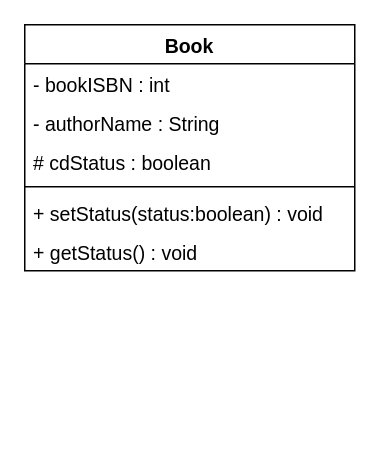
This is E2ClassDiagram.drawio from yunee01/W2, a draw.io file, before an edit. Source tidied: cells renumbered, new cells numbered last; positions are measured from the earlier drawing's top-left corner, leaving out a move shared by most shapes. Both pictures are drawn from the tidied source at 150%, with x=0, y=0 at pixel (24, 24).
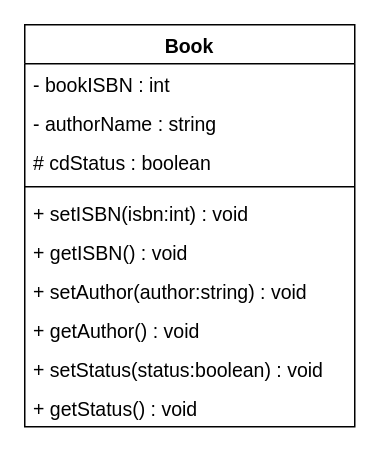
The same diagram, later.

Diff of the diagram source:
```diff
@@
 <mxGraphModel>
   <root>
     <mxCell id="0" />
     <mxCell id="1" parent="0" />
     <mxCell id="2" value="Book" style="swimlane;fontStyle=1;align=center;verticalAlign=top;horizontal=1;startSize=26;fontSize=13;" parent="1" vertex="1">
-      <mxGeometry width="220" height="164" as="geometry" />
+      <mxGeometry width="220" height="268" as="geometry" />
     </mxCell>
     <mxCell id="3" value="- bookISBN : int" style="text;strokeColor=none;fillColor=none;align=left;verticalAlign=top;spacingLeft=4;spacingRight=4;overflow=hidden;fontSize=13;" parent="2" vertex="1">
       <mxGeometry y="26" width="220" height="26" as="geometry" />
     </mxCell>
-    <mxCell id="4" value="- authorName : String" style="text;strokeColor=none;fillColor=none;align=left;verticalAlign=top;spacingLeft=4;spacingRight=4;overflow=hidden;fontSize=13;" parent="2" vertex="1">
+    <mxCell id="4" value="- authorName : string" style="text;strokeColor=none;fillColor=none;align=left;verticalAlign=top;spacingLeft=4;spacingRight=4;overflow=hidden;fontSize=13;" parent="2" vertex="1">
       <mxGeometry y="52" width="220" height="26" as="geometry" />
     </mxCell>
     <mxCell id="5" value="# cdStatus : boolean" style="text;strokeColor=none;fillColor=none;align=left;verticalAlign=top;spacingLeft=4;spacingRight=4;overflow=hidden;fontSize=13;" parent="2" vertex="1">
       <mxGeometry y="78" width="220" height="26" as="geometry" />
     </mxCell>
     <mxCell id="6" style="line;strokeWidth=1;fillColor=none;align=left;verticalAlign=middle;spacingTop=-1;spacingLeft=3;spacingRight=3;labelPosition=right;fontSize=13;" parent="2" vertex="1">
       <mxGeometry y="104" width="220" height="8" as="geometry" />
     </mxCell>
-    <mxCell id="7" value="+ setStatus(status:boolean) : void" style="text;strokeColor=none;fillColor=none;align=left;verticalAlign=top;spacingLeft=4;spacingRight=4;overflow=hidden;fontSize=13;" parent="2" vertex="1">
+    <mxCell id="7" value="+ setISBN(isbn:int) : void" style="text;strokeColor=none;fillColor=none;align=left;verticalAlign=top;spacingLeft=4;spacingRight=4;overflow=hidden;fontSize=13;" parent="2" vertex="1">
       <mxGeometry y="112" width="220" height="26" as="geometry" />
     </mxCell>
-    <mxCell id="8" value="+ getStatus() : void" style="text;strokeColor=none;fillColor=none;align=left;verticalAlign=top;spacingLeft=4;spacingRight=4;overflow=hidden;fontSize=13;" parent="2" vertex="1">
+    <mxCell id="8" value="+ getISBN() : void" style="text;strokeColor=none;fillColor=none;align=left;verticalAlign=top;spacingLeft=4;spacingRight=4;overflow=hidden;fontSize=13;" parent="2" vertex="1">
       <mxGeometry y="138" width="220" height="26" as="geometry" />
     </mxCell>
+    <mxCell id="9" value="+ setAuthor(author:string) : void" style="text;strokeColor=none;fillColor=none;align=left;verticalAlign=top;spacingLeft=4;spacingRight=4;overflow=hidden;fontSize=13;" parent="2" vertex="1">
+      <mxGeometry y="164" width="220" height="26" as="geometry" />
+    </mxCell>
+    <mxCell id="10" value="+ getAuthor() : void" style="text;strokeColor=none;fillColor=none;align=left;verticalAlign=top;spacingLeft=4;spacingRight=4;overflow=hidden;fontSize=13;" parent="2" vertex="1">
+      <mxGeometry y="190" width="220" height="26" as="geometry" />
+    </mxCell>
+    <mxCell id="11" value="+ setStatus(status:boolean) : void" style="text;strokeColor=none;fillColor=none;align=left;verticalAlign=top;spacingLeft=4;spacingRight=4;overflow=hidden;fontSize=13;" parent="2" vertex="1">
+      <mxGeometry y="216" width="220" height="26" as="geometry" />
+    </mxCell>
+    <mxCell id="12" value="+ getStatus() : void" style="text;strokeColor=none;fillColor=none;align=left;verticalAlign=top;spacingLeft=4;spacingRight=4;overflow=hidden;fontSize=13;" parent="2" vertex="1">
+      <mxGeometry y="242" width="220" height="26" as="geometry" />
+    </mxCell>
   </root>
 </mxGraphModel>
```
